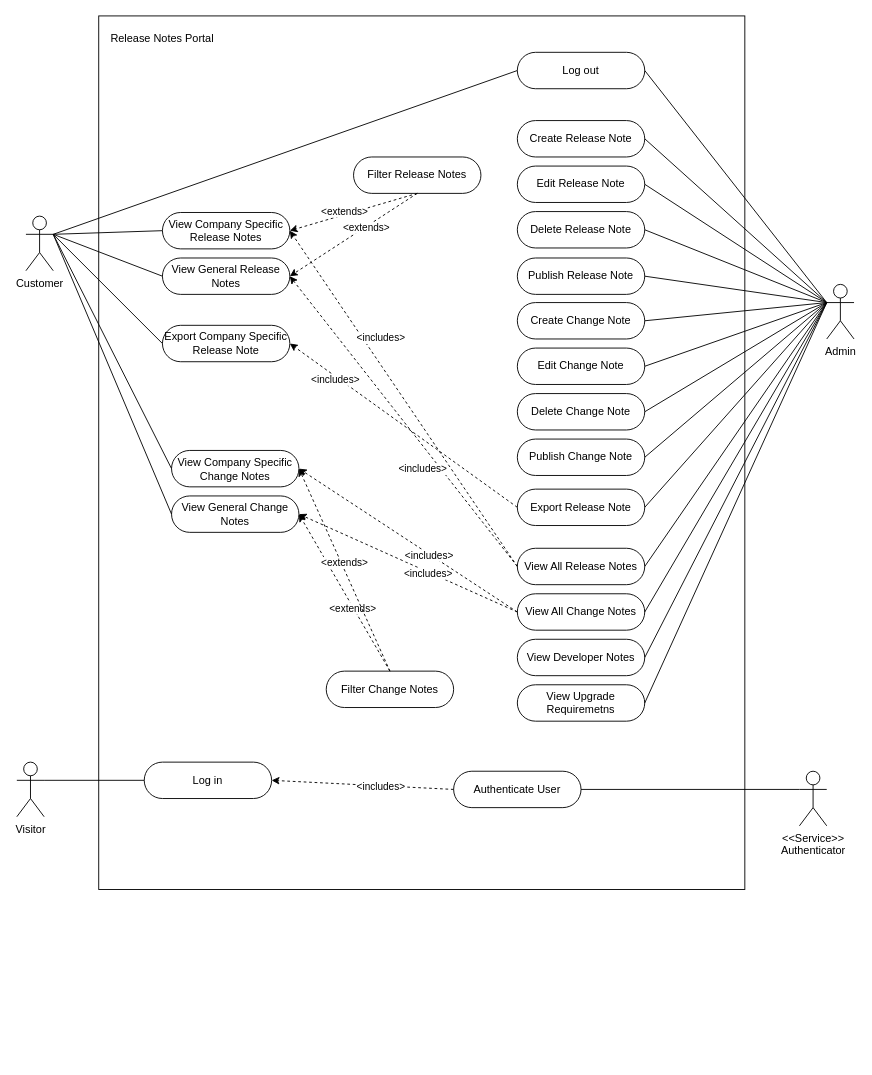
NTNU-IDATA2901-Group-2/NTNU-IDATA2901-Admin keeps this draw.io diagram as Use-Case diagrams/Use-Case Diagram v1.3.drawio. Above is the earlier version. Source tidied: cells renumbered, new cells numbered last; positions are measured from the earlier drawing's top-left corner, leaving out a move shared by most shapes. Both pictures are drawn from the tidied source at 91%, with x=0, y=0 at pixel (16, 15).
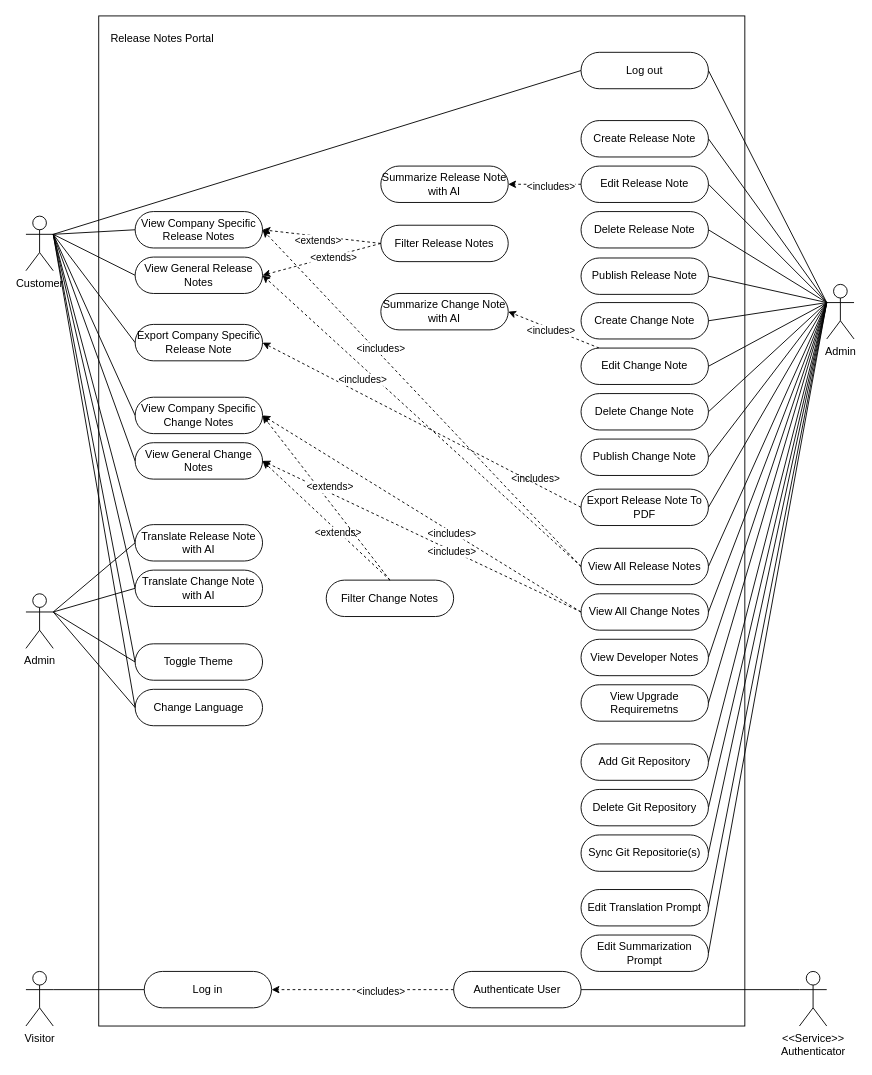
The same page after the edit.

Commit message (it also covers changes not shown here):
chore: add updated Use-Case diagram

Unchanged cells that the change refers to:
```xml
<mxCell id="22" value="Customer" style="shape=umlActor;verticalLabelPosition=bottom;verticalAlign=top;html=1;outlineConnect=0;" parent="1" vertex="1">
  <mxGeometry x="10" y="220" width="30" height="60" as="geometry" />
</mxCell>
<mxCell id="30" value="Admin" style="shape=umlActor;verticalLabelPosition=bottom;verticalAlign=top;html=1;outlineConnect=0;" parent="1" vertex="1">
  <mxGeometry x="890" y="295" width="30" height="60" as="geometry" />
</mxCell>
<mxCell id="44" style="rounded=0;jettySize=auto;html=1;entryX=1;entryY=0.5;entryDx=0;entryDy=0;dashed=1;exitX=0;exitY=0.5;exitDx=0;exitDy=0;" parent="1" edge="1" source="17" target="3">
  <mxGeometry relative="1" as="geometry" />
</mxCell>
<mxCell id="46" style="rounded=0;jettySize=auto;html=1;entryX=1;entryY=0.5;entryDx=0;entryDy=0;dashed=1;exitX=0;exitY=0.5;exitDx=0;exitDy=0;" parent="1" edge="1" source="17" target="7">
  <mxGeometry relative="1" as="geometry" />
</mxCell>
```

Change to the diagram source:
```diff
@@
     <mxCell id="2" style="rounded=0;whiteSpace=wrap;html=1;" parent="1" vertex="1">
-      <mxGeometry x="90" width="710" height="960" as="geometry" />
+      <mxGeometry x="90" width="710" height="1110" as="geometry" />
     </mxCell>
     <mxCell id="3" value="View Company Specific Release Notes" style="rounded=1;whiteSpace=wrap;html=1;arcSize=50;" parent="1" vertex="1">
-      <mxGeometry x="160" y="216" width="140" height="40" as="geometry" />
+      <mxGeometry x="130" y="215" width="140" height="40" as="geometry" />
     </mxCell>
     <mxCell id="4" value="View Company Specific Change Notes" style="rounded=1;whiteSpace=wrap;html=1;arcSize=50;" parent="1" vertex="1">
-      <mxGeometry x="170" y="477.5" width="140" height="40" as="geometry" />
+      <mxGeometry x="130" y="419" width="140" height="40" as="geometry" />
     </mxCell>
     <mxCell id="5" value="Log in" style="rounded=1;whiteSpace=wrap;html=1;arcSize=50;" parent="1" vertex="1">
-      <mxGeometry x="140" y="820" width="140" height="40" as="geometry" />
+      <mxGeometry x="140" y="1050" width="140" height="40" as="geometry" />
     </mxCell>
     <mxCell id="6" value="Log out" style="rounded=1;whiteSpace=wrap;html=1;arcSize=50;" parent="1" vertex="1">
-      <mxGeometry x="550" y="40" width="140" height="40" as="geometry" />
+      <mxGeometry x="620" y="40" width="140" height="40" as="geometry" />
     </mxCell>
     <mxCell id="7" value="View General Release Notes" style="rounded=1;whiteSpace=wrap;html=1;arcSize=50;" parent="1" vertex="1">
-      <mxGeometry x="160" y="266" width="140" height="40" as="geometry" />
+      <mxGeometry x="130" y="265" width="140" height="40" as="geometry" />
     </mxCell>
     <mxCell id="8" value="View General Change Notes" style="rounded=1;whiteSpace=wrap;html=1;arcSize=50;" parent="1" vertex="1">
-      <mxGeometry x="170" y="527.5" width="140" height="40" as="geometry" />
+      <mxGeometry x="130" y="469" width="140" height="40" as="geometry" />
     </mxCell>
     <mxCell id="9" value="Create Release Note" style="rounded=1;whiteSpace=wrap;html=1;arcSize=50;" parent="1" vertex="1">
-      <mxGeometry x="550" y="115" width="140" height="40" as="geometry" />
+      <mxGeometry x="620" y="115" width="140" height="40" as="geometry" />
     </mxCell>
+    <mxCell id="73" style="rounded=0;jettySize=auto;html=1;entryX=1;entryY=0.5;entryDx=0;entryDy=0;dashed=1;" parent="1" edge="1" source="10" target="83">
+      <mxGeometry relative="1" as="geometry" />
+    </mxCell>
+    <mxCell id="74" value="&amp;lt;includes&amp;gt;" style="edgeLabel;html=1;align=center;verticalAlign=middle;" parent="73" vertex="1">
+      <mxGeometry x="-0.15" y="2" relative="1" as="geometry" />
+    </mxCell>
     <mxCell id="10" value="Edit Release Note" style="rounded=1;whiteSpace=wrap;html=1;arcSize=50;" parent="1" vertex="1">
-      <mxGeometry x="550" y="165" width="140" height="40" as="geometry" />
+      <mxGeometry x="620" y="165" width="140" height="40" as="geometry" />
     </mxCell>
     <mxCell id="11" value="Delete Release Note" style="rounded=1;whiteSpace=wrap;html=1;arcSize=50;" parent="1" vertex="1">
-      <mxGeometry x="550" y="215" width="140" height="40" as="geometry" />
+      <mxGeometry x="620" y="215" width="140" height="40" as="geometry" />
     </mxCell>
     <mxCell id="12" value="Publish Release Note" style="rounded=1;whiteSpace=wrap;html=1;arcSize=50;" parent="1" vertex="1">
-      <mxGeometry x="550" y="266" width="140" height="40" as="geometry" />
+      <mxGeometry x="620" y="266" width="140" height="40" as="geometry" />
     </mxCell>
     <mxCell id="13" value="Publish Change Note" style="rounded=1;whiteSpace=wrap;html=1;arcSize=50;" parent="1" vertex="1">
-      <mxGeometry x="550" y="465" width="140" height="40" as="geometry" />
+      <mxGeometry x="620" y="465" width="140" height="40" as="geometry" />
     </mxCell>
     <mxCell id="14" value="Delete Change Note" style="rounded=1;whiteSpace=wrap;html=1;arcSize=50;" parent="1" vertex="1">
-      <mxGeometry x="550" y="415" width="140" height="40" as="geometry" />
+      <mxGeometry x="620" y="415" width="140" height="40" as="geometry" />
     </mxCell>
+    <mxCell id="75" style="rounded=0;jettySize=auto;html=1;entryX=1;entryY=0.5;entryDx=0;entryDy=0;dashed=1;" parent="1" edge="1" source="15" target="84">
+      <mxGeometry relative="1" as="geometry" />
+    </mxCell>
+    <mxCell id="76" value="&amp;lt;includes&amp;gt;" style="edgeLabel;html=1;align=center;verticalAlign=middle;" parent="75" vertex="1">
+      <mxGeometry x="0.06" y="2" relative="1" as="geometry" />
+    </mxCell>
     <mxCell id="15" value="Edit Change Note" style="rounded=1;whiteSpace=wrap;html=1;arcSize=50;" parent="1" vertex="1">
-      <mxGeometry x="550" y="365" width="140" height="40" as="geometry" />
+      <mxGeometry x="620" y="365" width="140" height="40" as="geometry" />
     </mxCell>
     <mxCell id="16" value="Create Change Note" style="rounded=1;whiteSpace=wrap;html=1;arcSize=50;" parent="1" vertex="1">
-      <mxGeometry x="550" y="315" width="140" height="40" as="geometry" />
+      <mxGeometry x="620" y="315" width="140" height="40" as="geometry" />
     </mxCell>
     <mxCell id="17" value="View All Release Notes" style="rounded=1;whiteSpace=wrap;html=1;arcSize=50;" parent="1" vertex="1">
-      <mxGeometry x="550" y="585" width="140" height="40" as="geometry" />
+      <mxGeometry x="620" y="585" width="140" height="40" as="geometry" />
     </mxCell>
     <mxCell id="18" value="View All Change Notes" style="rounded=1;whiteSpace=wrap;html=1;arcSize=50;" parent="1" vertex="1">
-      <mxGeometry x="550" y="635" width="140" height="40" as="geometry" />
+      <mxGeometry x="620" y="635" width="140" height="40" as="geometry" />
     </mxCell>
     <mxCell id="19" value="View Developer Notes" style="rounded=1;whiteSpace=wrap;html=1;arcSize=50;" parent="1" vertex="1">
-      <mxGeometry x="550" y="685" width="140" height="40" as="geometry" />
+      <mxGeometry x="620" y="685" width="140" height="40" as="geometry" />
     </mxCell>
     <mxCell id="20" value="View Upgrade Requiremetns" style="rounded=1;whiteSpace=wrap;html=1;arcSize=50;" parent="1" vertex="1">
-      <mxGeometry x="550" y="735" width="140" height="40" as="geometry" />
+      <mxGeometry x="620" y="735" width="140" height="40" as="geometry" />
     </mxCell>
@@
+    <mxCell id="77" style="rounded=0;jettySize=auto;html=1;entryX=0;entryY=0.5;entryDx=0;entryDy=0;exitX=1;exitY=0.3333333333333333;exitDx=0;exitDy=0;exitPerimeter=0;endArrow=none;endFill=0;" parent="1" edge="1" source="22" target="85">
+      <mxGeometry relative="1" as="geometry" />
+    </mxCell>
+    <mxCell id="78" style="rounded=0;jettySize=auto;html=1;entryX=0;entryY=0.5;entryDx=0;entryDy=0;endArrow=none;endFill=0;" parent="1" edge="1" target="86">
+      <mxGeometry relative="1" as="geometry">
+        <mxPoint x="40" y="240" as="sourcePoint" />
+      </mxGeometry>
+    </mxCell>
+    <mxCell id="79" style="rounded=0;jettySize=auto;html=1;entryX=0;entryY=0.5;entryDx=0;entryDy=0;endArrow=none;endFill=0;exitX=1;exitY=0.3333333333333333;exitDx=0;exitDy=0;exitPerimeter=0;" parent="1" edge="1" source="22" target="94">
+      <mxGeometry relative="1" as="geometry" />
+    </mxCell>
@@
     <mxCell id="23" value="Visitor" style="shape=umlActor;verticalLabelPosition=bottom;verticalAlign=top;html=1;outlineConnect=0;" parent="1" vertex="1">
-      <mxGeometry y="820" width="30" height="60" as="geometry" />
+      <mxGeometry x="10" y="1050" width="30" height="60" as="geometry" />
     </mxCell>
@@
+    <mxCell id="80" style="rounded=0;jettySize=auto;html=1;entryX=1;entryY=0.5;entryDx=0;entryDy=0;exitX=0;exitY=0.3333333333333333;exitDx=0;exitDy=0;exitPerimeter=0;endArrow=none;endFill=0;" parent="1" edge="1" source="30" target="88">
+      <mxGeometry relative="1" as="geometry" />
+    </mxCell>
+    <mxCell id="81" style="rounded=0;jettySize=auto;html=1;entryX=1;entryY=0.5;entryDx=0;entryDy=0;exitX=0;exitY=0.3333333333333333;exitDx=0;exitDy=0;exitPerimeter=0;endArrow=none;endFill=0;" parent="1" edge="1" source="30" target="87">
+      <mxGeometry relative="1" as="geometry" />
+    </mxCell>
+    <mxCell id="82" style="rounded=0;jettySize=auto;html=1;entryX=1;entryY=0.5;entryDx=0;entryDy=0;exitX=0;exitY=0.3333333333333333;exitDx=0;exitDy=0;exitPerimeter=0;endArrow=none;endFill=0;" parent="1" edge="1" source="30" target="89">
+      <mxGeometry relative="1" as="geometry" />
+    </mxCell>
@@
     <mxCell id="45" value="&amp;lt;includes&amp;gt;" style="edgeLabel;html=1;align=center;verticalAlign=middle;" parent="44" vertex="1">
       <mxGeometry x="-0.19" y="1" relative="1" as="geometry">
-        <mxPoint x="-48" y="-102" as="offset" />
+        <mxPoint x="-78" y="-91" as="offset" />
       </mxGeometry>
     </mxCell>
@@
     <mxCell id="47" value="&amp;lt;includes&amp;gt;" style="edgeLabel;html=1;align=center;verticalAlign=middle;" parent="46" vertex="1">
       <mxGeometry x="-0.19" y="1" relative="1" as="geometry">
-        <mxPoint x="-3" y="21" as="offset" />
+        <mxPoint x="92" y="32" as="offset" />
       </mxGeometry>
     </mxCell>
@@
     <mxCell id="52" value="Filter Release Notes" style="rounded=1;whiteSpace=wrap;html=1;arcSize=50;" parent="1" vertex="1">
-      <mxGeometry x="370" y="155" width="140" height="40" as="geometry" />
+      <mxGeometry x="400" y="230" width="140" height="40" as="geometry" />
     </mxCell>
     <mxCell id="53" value="Filter Change Notes" style="rounded=1;whiteSpace=wrap;html=1;arcSize=50;" parent="1" vertex="1">
-      <mxGeometry x="340" y="720" width="140" height="40" as="geometry" />
+      <mxGeometry x="340" y="620" width="140" height="40" as="geometry" />
     </mxCell>
-    <mxCell id="54" style="rounded=0;jettySize=auto;html=1;dashed=1;exitX=0.5;exitY=1;exitDx=0;exitDy=0;entryX=1;entryY=0.5;entryDx=0;entryDy=0;" parent="1" edge="1" source="52" target="7">
+    <mxCell id="54" style="rounded=0;jettySize=auto;html=1;dashed=1;exitX=0;exitY=0.5;exitDx=0;exitDy=0;entryX=1;entryY=0.5;entryDx=0;entryDy=0;" parent="1" edge="1" source="52" target="7">
       <mxGeometry relative="1" as="geometry" />
     </mxCell>
@@
-    <mxCell id="56" style="rounded=0;jettySize=auto;html=1;entryX=1;entryY=0.5;entryDx=0;entryDy=0;dashed=1;exitX=0.5;exitY=1;exitDx=0;exitDy=0;" parent="1" edge="1" source="52" target="3">
+    <mxCell id="56" style="rounded=0;jettySize=auto;html=1;entryX=1;entryY=0.5;entryDx=0;entryDy=0;dashed=1;exitX=0;exitY=0.5;exitDx=0;exitDy=0;" parent="1" edge="1" source="52" target="3">
       <mxGeometry relative="1" as="geometry" />
     </mxCell>
     <mxCell id="57" value="&amp;lt;extends&amp;gt;" style="edgeLabel;html=1;align=center;verticalAlign=middle;" parent="56" vertex="1">
       <mxGeometry x="-0.19" y="1" relative="1" as="geometry">
-        <mxPoint x="-24" y="2" as="offset" />
+        <mxPoint x="-17" y="2" as="offset" />
       </mxGeometry>
     </mxCell>
-    <mxCell id="58" value="Export Release Note" style="rounded=1;whiteSpace=wrap;html=1;arcSize=50;" parent="1" vertex="1">
-      <mxGeometry x="550" y="520" width="140" height="40" as="geometry" />
+    <mxCell id="58" value="Export Release Note To PDF" style="rounded=1;whiteSpace=wrap;html=1;arcSize=50;" parent="1" vertex="1">
+      <mxGeometry x="620" y="520" width="140" height="40" as="geometry" />
     </mxCell>
     <mxCell id="59" value="Export Company Specific Release Note" style="rounded=1;whiteSpace=wrap;html=1;arcSize=50;" parent="1" vertex="1">
-      <mxGeometry x="160" y="340" width="140" height="40" as="geometry" />
+      <mxGeometry x="130" y="339" width="140" height="40" as="geometry" />
     </mxCell>
@@
     <mxCell id="64" value="&amp;lt;&amp;lt;Service&amp;gt;&amp;gt;&lt;div&gt;Authenticator&lt;/div&gt;" style="shape=umlActor;verticalLabelPosition=bottom;verticalAlign=top;html=1;outlineConnect=0;" parent="1" vertex="1">
-      <mxGeometry x="860" y="830" width="30" height="60" as="geometry" />
+      <mxGeometry x="860" y="1050" width="30" height="60" as="geometry" />
     </mxCell>
     <mxCell id="65" value="Authenticate User" style="rounded=1;whiteSpace=wrap;html=1;arcSize=50;" parent="1" vertex="1">
-      <mxGeometry x="480" y="830" width="140" height="40" as="geometry" />
+      <mxGeometry x="480" y="1050" width="140" height="40" as="geometry" />
     </mxCell>
@@
+    <mxCell id="83" value="Summarize Release Note with AI" style="rounded=1;whiteSpace=wrap;html=1;arcSize=50;" parent="1" vertex="1">
+      <mxGeometry x="400" y="165" width="140" height="40" as="geometry" />
+    </mxCell>
+    <mxCell id="84" value="Summarize Change Note with AI" style="rounded=1;whiteSpace=wrap;html=1;arcSize=50;" parent="1" vertex="1">
+      <mxGeometry x="400" y="305" width="140" height="40" as="geometry" />
+    </mxCell>
+    <mxCell id="85" value="Translate Release Note with AI" style="rounded=1;whiteSpace=wrap;html=1;arcSize=50;" parent="1" vertex="1">
+      <mxGeometry x="130" y="559" width="140" height="40" as="geometry" />
+    </mxCell>
+    <mxCell id="86" value="Translate Change Note with AI" style="rounded=1;whiteSpace=wrap;html=1;arcSize=50;" parent="1" vertex="1">
+      <mxGeometry x="130" y="609" width="140" height="40" as="geometry" />
+    </mxCell>
+    <mxCell id="87" value="Delete Git Repository" style="rounded=1;whiteSpace=wrap;html=1;arcSize=50;" parent="1" vertex="1">
+      <mxGeometry x="620" y="850" width="140" height="40" as="geometry" />
+    </mxCell>
+    <mxCell id="88" value="Add Git Repository" style="rounded=1;whiteSpace=wrap;html=1;arcSize=50;" parent="1" vertex="1">
+      <mxGeometry x="620" y="800" width="140" height="40" as="geometry" />
+    </mxCell>
+    <mxCell id="89" value="Sync Git Repositorie(s)" style="rounded=1;whiteSpace=wrap;html=1;arcSize=50;" parent="1" vertex="1">
+      <mxGeometry x="620" y="900" width="140" height="40" as="geometry" />
+    </mxCell>
+    <mxCell id="90" value="Edit Translation Prompt" style="rounded=1;whiteSpace=wrap;html=1;arcSize=50;" parent="1" vertex="1">
+      <mxGeometry x="620" y="960" width="140" height="40" as="geometry" />
+    </mxCell>
+    <mxCell id="91" value="Edit Summarization Prompt" style="rounded=1;whiteSpace=wrap;html=1;arcSize=50;" parent="1" vertex="1">
+      <mxGeometry x="620" y="1010" width="140" height="40" as="geometry" />
+    </mxCell>
+    <mxCell id="92" style="rounded=0;jettySize=auto;html=1;entryX=0;entryY=0.3333333333333333;entryDx=0;entryDy=0;entryPerimeter=0;exitX=1;exitY=0.5;exitDx=0;exitDy=0;endArrow=none;endFill=0;" parent="1" edge="1" source="90" target="30">
+      <mxGeometry relative="1" as="geometry" />
+    </mxCell>
+    <mxCell id="93" style="rounded=0;jettySize=auto;html=1;entryX=0;entryY=0.3333333333333333;entryDx=0;entryDy=0;entryPerimeter=0;exitX=1;exitY=0.5;exitDx=0;exitDy=0;endArrow=none;endFill=0;" parent="1" edge="1" source="91" target="30">
+      <mxGeometry relative="1" as="geometry" />
+    </mxCell>
+    <mxCell id="94" value="Toggle Theme" style="rounded=1;whiteSpace=wrap;html=1;arcSize=50;" parent="1" vertex="1">
+      <mxGeometry x="130" y="690" width="140" height="40" as="geometry" />
+    </mxCell>
+    <mxCell id="95" value="Change Language" style="rounded=1;whiteSpace=wrap;html=1;arcSize=50;" parent="1" vertex="1">
+      <mxGeometry x="130" y="740" width="140" height="40" as="geometry" />
+    </mxCell>
+    <mxCell id="96" style="rounded=0;jettySize=auto;html=1;entryX=1;entryY=0.3333333333333333;entryDx=0;entryDy=0;entryPerimeter=0;endArrow=none;endFill=0;exitX=0;exitY=0.5;exitDx=0;exitDy=0;" parent="1" edge="1" source="95" target="22">
+      <mxGeometry relative="1" as="geometry" />
+    </mxCell>
+    <mxCell id="97" style="rounded=0;jettySize=auto;html=1;entryX=0;entryY=0.5;entryDx=0;entryDy=0;endArrow=none;endFill=0;exitX=1;exitY=0.3333333333333333;exitDx=0;exitDy=0;exitPerimeter=0;" parent="1" edge="1" source="101" target="85">
+      <mxGeometry relative="1" as="geometry" />
+    </mxCell>
+    <mxCell id="98" style="rounded=0;jettySize=auto;html=1;entryX=0;entryY=0.5;entryDx=0;entryDy=0;endArrow=none;endFill=0;exitX=1;exitY=0.3333333333333333;exitDx=0;exitDy=0;exitPerimeter=0;" parent="1" edge="1" source="101" target="86">
+      <mxGeometry relative="1" as="geometry" />
+    </mxCell>
+    <mxCell id="99" style="rounded=0;jettySize=auto;html=1;entryX=0;entryY=0.5;entryDx=0;entryDy=0;endArrow=none;endFill=0;exitX=1;exitY=0.3333333333333333;exitDx=0;exitDy=0;exitPerimeter=0;" parent="1" edge="1" source="101" target="94">
+      <mxGeometry relative="1" as="geometry" />
+    </mxCell>
+    <mxCell id="100" style="rounded=0;jettySize=auto;html=1;entryX=0;entryY=0.5;entryDx=0;entryDy=0;endArrow=none;endFill=0;exitX=1;exitY=0.3333333333333333;exitDx=0;exitDy=0;exitPerimeter=0;" parent="1" edge="1" source="101" target="95">
+      <mxGeometry relative="1" as="geometry" />
+    </mxCell>
+    <mxCell id="101" value="Admin" style="shape=umlActor;verticalLabelPosition=bottom;verticalAlign=top;html=1;outlineConnect=0;" parent="1" vertex="1">
+      <mxGeometry x="10" y="635" width="30" height="60" as="geometry" />
+    </mxCell>
```
